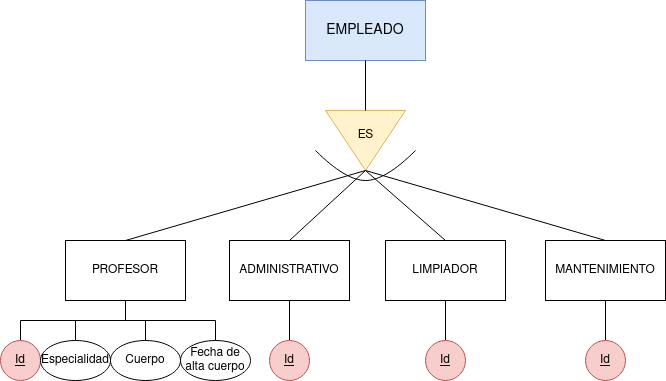
The draw.io diagram Unidad-2/Tareas/Tarea-8/images/Tarea_8.png in IsaiasTolP/Base-Datos, before a commit. Source tidied: cells renumbered, new cells last; positions are measured from the earlier drawing's top-left corner, leaving out a move shared by most shapes.
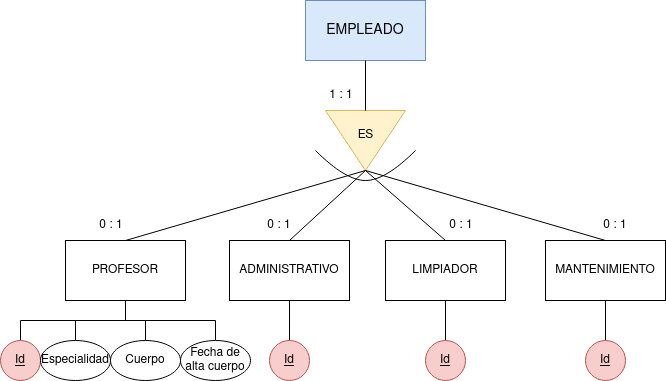
Later version of the same file.

Diff of the diagram source:
```diff
@@ -90,5 +90,20 @@
         </Array>
       </mxGeometry>
     </mxCell>
+    <mxCell id="29" value="1 : 1" style="text;html=1;strokeColor=none;fillColor=none;align=center;verticalAlign=middle;whiteSpace=wrap;rounded=0;" parent="1" vertex="1">
+      <mxGeometry x="311" y="80" width="60" height="30" as="geometry" />
+    </mxCell>
+    <mxCell id="30" value="0 : 1" style="text;html=1;strokeColor=none;fillColor=none;align=center;verticalAlign=middle;whiteSpace=wrap;rounded=0;" parent="1" vertex="1">
+      <mxGeometry x="81" y="210" width="60" height="30" as="geometry" />
+    </mxCell>
+    <mxCell id="31" value="0 : 1" style="text;html=1;strokeColor=none;fillColor=none;align=center;verticalAlign=middle;whiteSpace=wrap;rounded=0;" parent="1" vertex="1">
+      <mxGeometry x="249" y="210" width="60" height="30" as="geometry" />
+    </mxCell>
+    <mxCell id="32" value="0 : 1" style="text;html=1;strokeColor=none;fillColor=none;align=center;verticalAlign=middle;whiteSpace=wrap;rounded=0;" parent="1" vertex="1">
+      <mxGeometry x="431" y="210" width="60" height="30" as="geometry" />
+    </mxCell>
+    <mxCell id="33" value="0 : 1" style="text;html=1;strokeColor=none;fillColor=none;align=center;verticalAlign=middle;whiteSpace=wrap;rounded=0;" parent="1" vertex="1">
+      <mxGeometry x="585" y="210" width="60" height="30" as="geometry" />
+    </mxCell>
   </root>
 </mxGraphModel>
```
